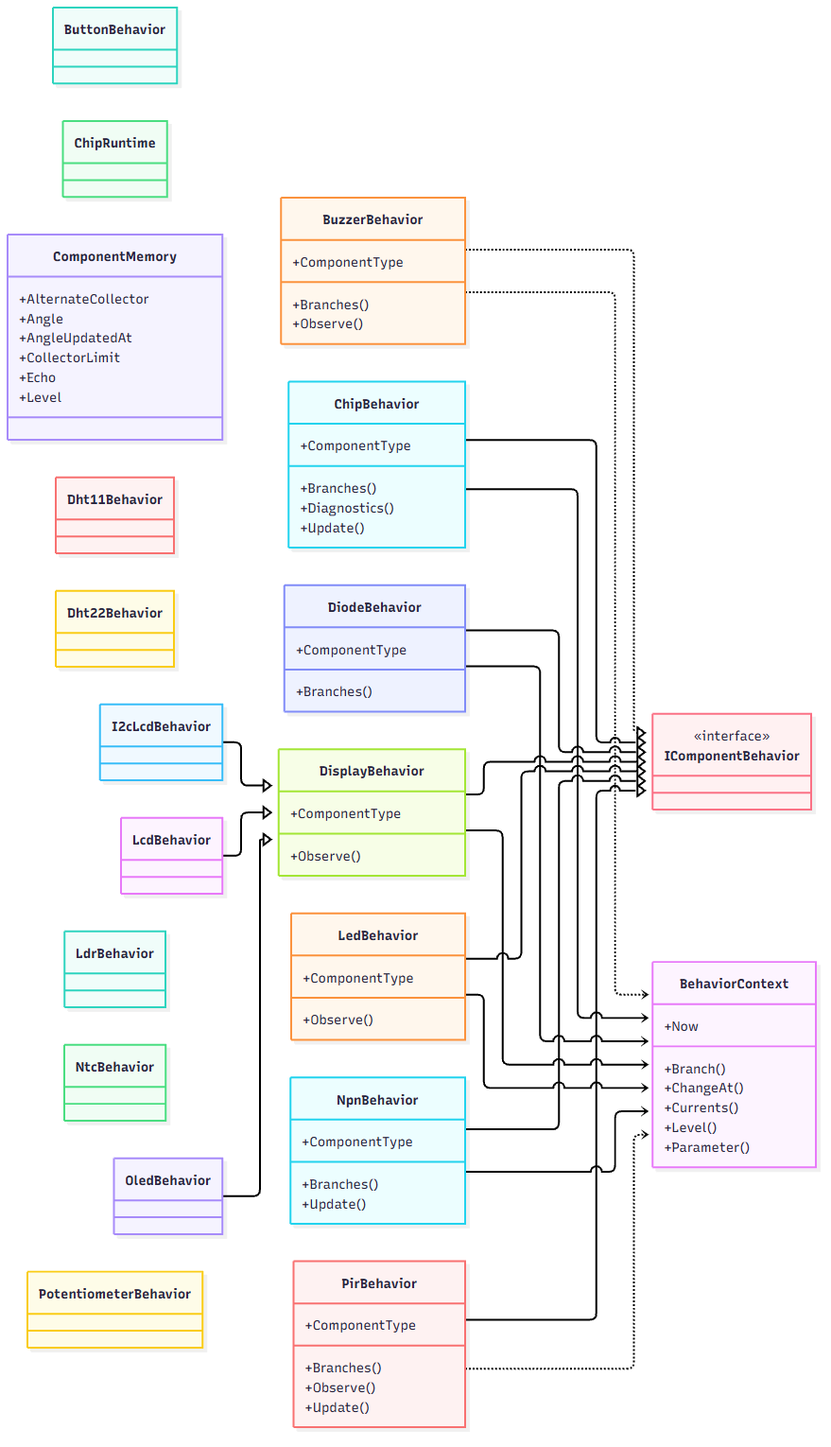
Above: docs/uml/images/simulation-simulation-01.png in Ismail-DEV-dg/3D-physical-Technical-constructor (Mermaid), before the change. Its source is kept beside it as docs/uml/generated/simulation-simulation-01.mmd. Source of this version:
```mermaid
classDiagram
    direction LR
    class T01["BehaviorContext"]
    T01 : +Branch()
    T01 : +ChangeAt()
    T01 : +Currents()
    T01 : +Level()
    T01 : +Now
    T01 : +Parameter()
    class T02["ButtonBehavior"]
    class T03["BuzzerBehavior"]
    T03 : +Branches()
    T03 : +ComponentType
    T03 : +Observe()
    class T04["ChipBehavior"]
    T04 : +Branches()
    T04 : +ComponentType
    T04 : +Diagnostics()
    T04 : +Update()
    class T05["ChipRuntime"]
    class T06["ComponentMemory"]
    T06 : +AlternateCollector
    T06 : +Angle
    T06 : +AngleUpdatedAt
    T06 : +CollectorLimit
    T06 : +Echo
    T06 : +Level
    class T07["Dht11Behavior"]
    class T08["Dht22Behavior"]
    class T09["DiodeBehavior"]
    T09 : +Branches()
    T09 : +ComponentType
    class T10["DisplayBehavior"]
    T10 : +ComponentType
    T10 : +Observe()
    class T11["I2cLcdBehavior"]
    class T12["IComponentBehavior"]
    <<interface>> T12
    class T13["LcdBehavior"]
    class T14["LdrBehavior"]
    class T15["LedBehavior"]
    T15 : +ComponentType
    T15 : +Observe()
    class T16["NpnBehavior"]
    T16 : +Branches()
    T16 : +ComponentType
    T16 : +Update()
    class T17["NtcBehavior"]
    class T18["OledBehavior"]
    class T19["PirBehavior"]
    T19 : +Branches()
    T19 : +ComponentType
    T19 : +Observe()
    T19 : +Update()
    class T20["PotentiometerBehavior"]
    T03 ..|> T12
    T03 ..> T01
    T04 ..|> T12
    T04 ..> T01
    T09 ..|> T12
    T09 ..> T01
    T10 ..|> T12
    T10 ..> T01
    T11 --|> T10
    T13 --|> T10
    T15 ..|> T12
    T15 ..> T01
    T16 ..|> T12
    T16 ..> T01
    T18 --|> T10
    T19 ..|> T12
    T19 ..> T01
```
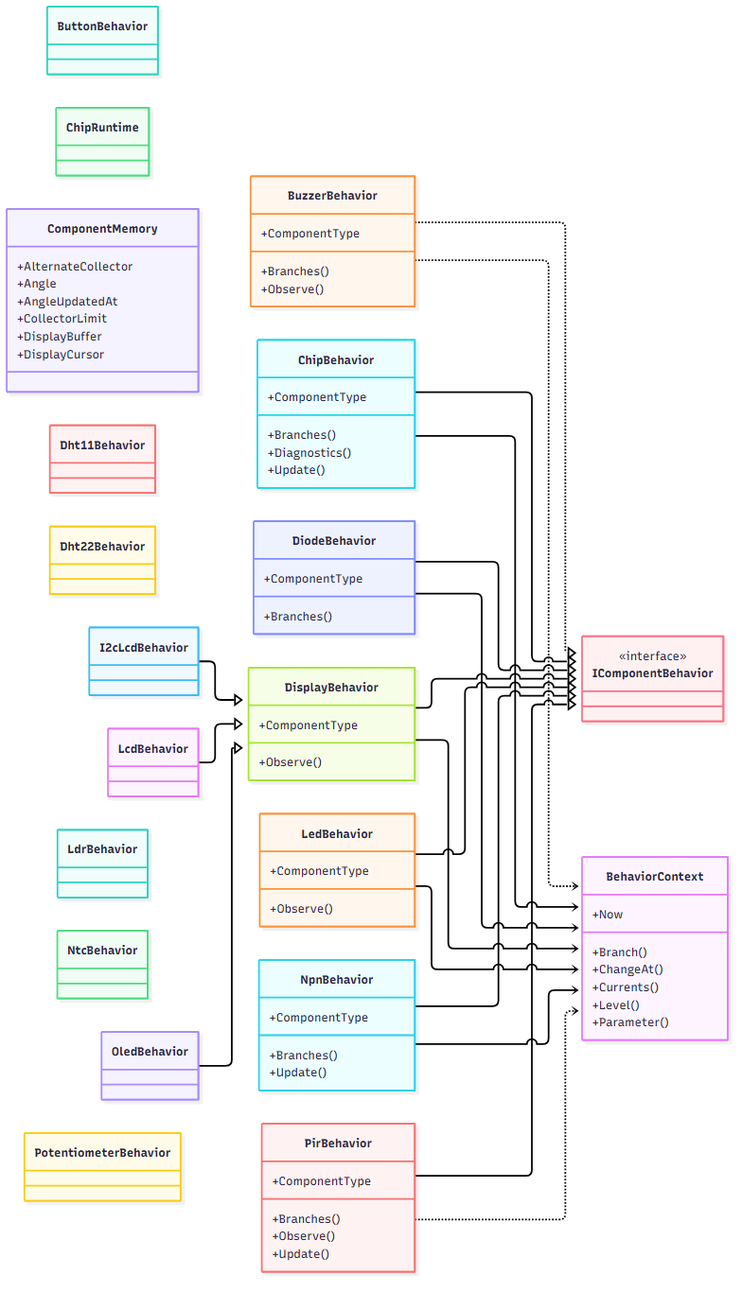
After the change.

Change to the diagram source:
```diff
@@ -23,8 +23,8 @@
     T06 : +Angle
     T06 : +AngleUpdatedAt
     T06 : +CollectorLimit
-    T06 : +Echo
-    T06 : +Level
+    T06 : +DisplayBuffer
+    T06 : +DisplayCursor
     class T07["Dht11Behavior"]
     class T08["Dht22Behavior"]
     class T09["DiodeBehavior"]
```
